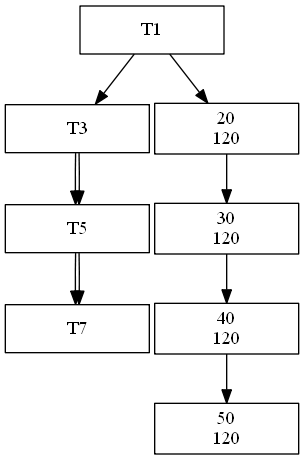
Before: BIN/edificio.png, a diagram exported from Graphviz (MacoChave/Proyecto2-SistemaAsignacion). Its source is kept beside it as BIN/edificio.dot.
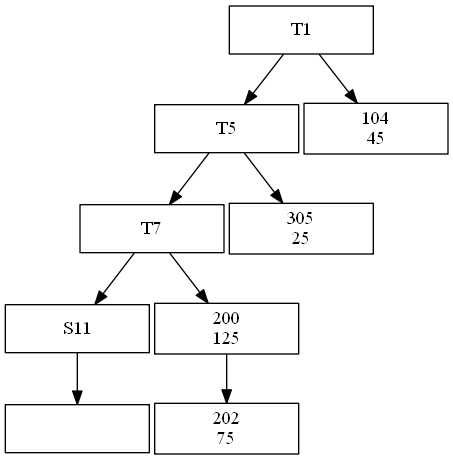
After the change.

The edit, as a diff of the source:
```diff
@@ -3,30 +3,25 @@
 	node [shape=record,width=1.5,height=.5];
 
 EDT1[label = "T1"];
-EDT1 -> EDT3;
-
-EDT3[label = "T3"];
-EDT3 -> EDT5;
+EDT1 -> EDT5;
 
 EDT5[label = "T5"];
 EDT5 -> EDT7;
 
 EDT7[label = "T7"];
+EDT7 -> EDS11;
 
-EDT1 -> SL20;
-SL20[label = "20\n120"];
-SL20 -> SL30;
-SL30[label = "30\n120"];
-SL30 -> SL40;
-SL40[label = "40\n120"];
-SL40 -> SL50;
-SL50[label = "50\n120"];
+EDS11[label = "S11"];
 
-EDT3[label = "T3"];
-EDT3 -> EDT5;
+EDT1 -> SL104;
+SL104[label = "104\n45"];
 
-EDT5[label = "T5"];
-EDT5 -> EDT7;
+EDT5 -> SL305;
+SL305[label = "305\n25"];
 
-EDT7[label = "T7"];
-}
+EDT7 -> SL200;
+SL200[label = "200\n125"];
+SL200 -> SL202;
+SL202[label = "202\n75"];
+
+EDS11 -> ""}
```
